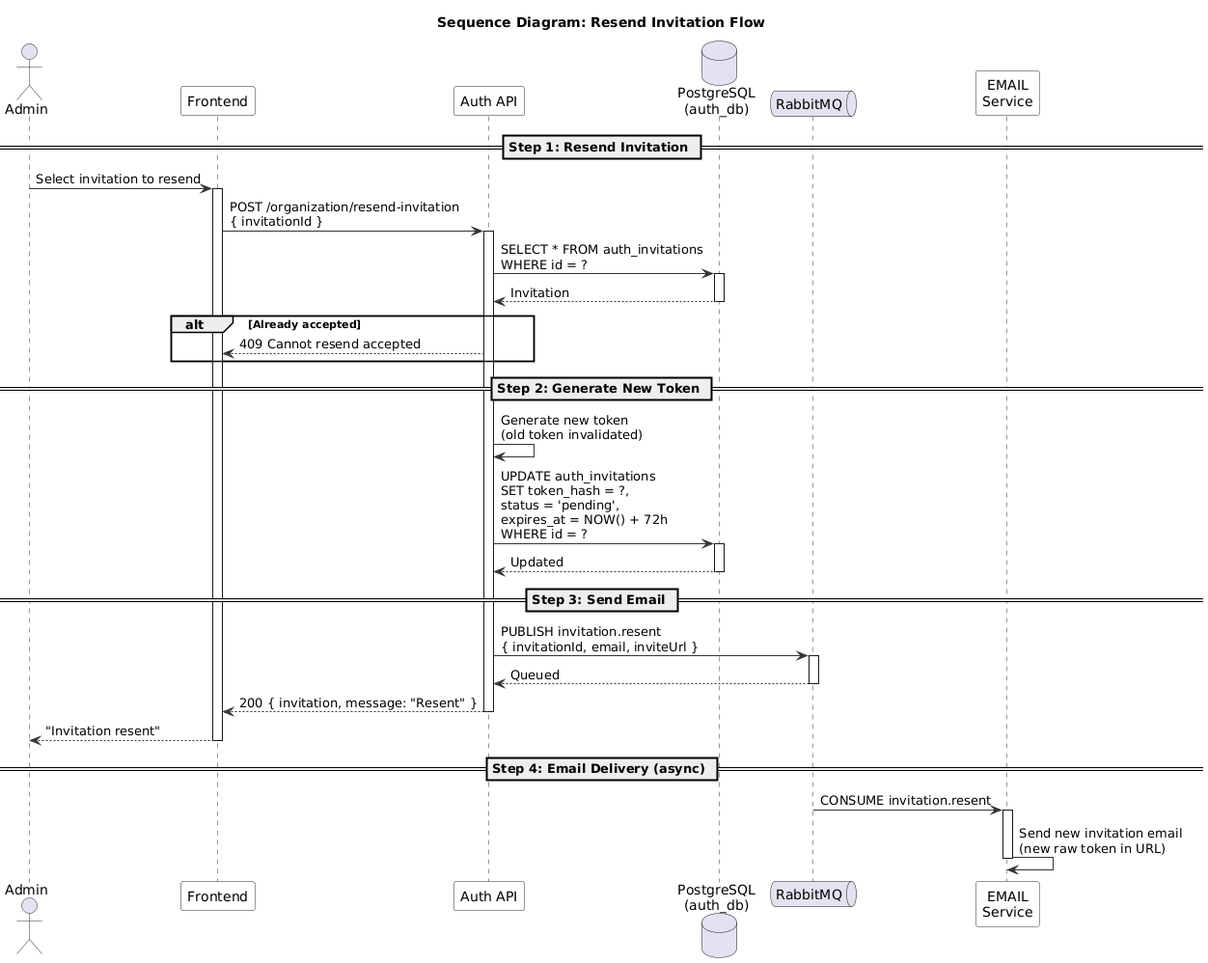
namnh240795/document keeps this PlantUML diagram as modules/dist/auth/images/sequence/resend-invitation-sequence.png. Above is the earlier version.
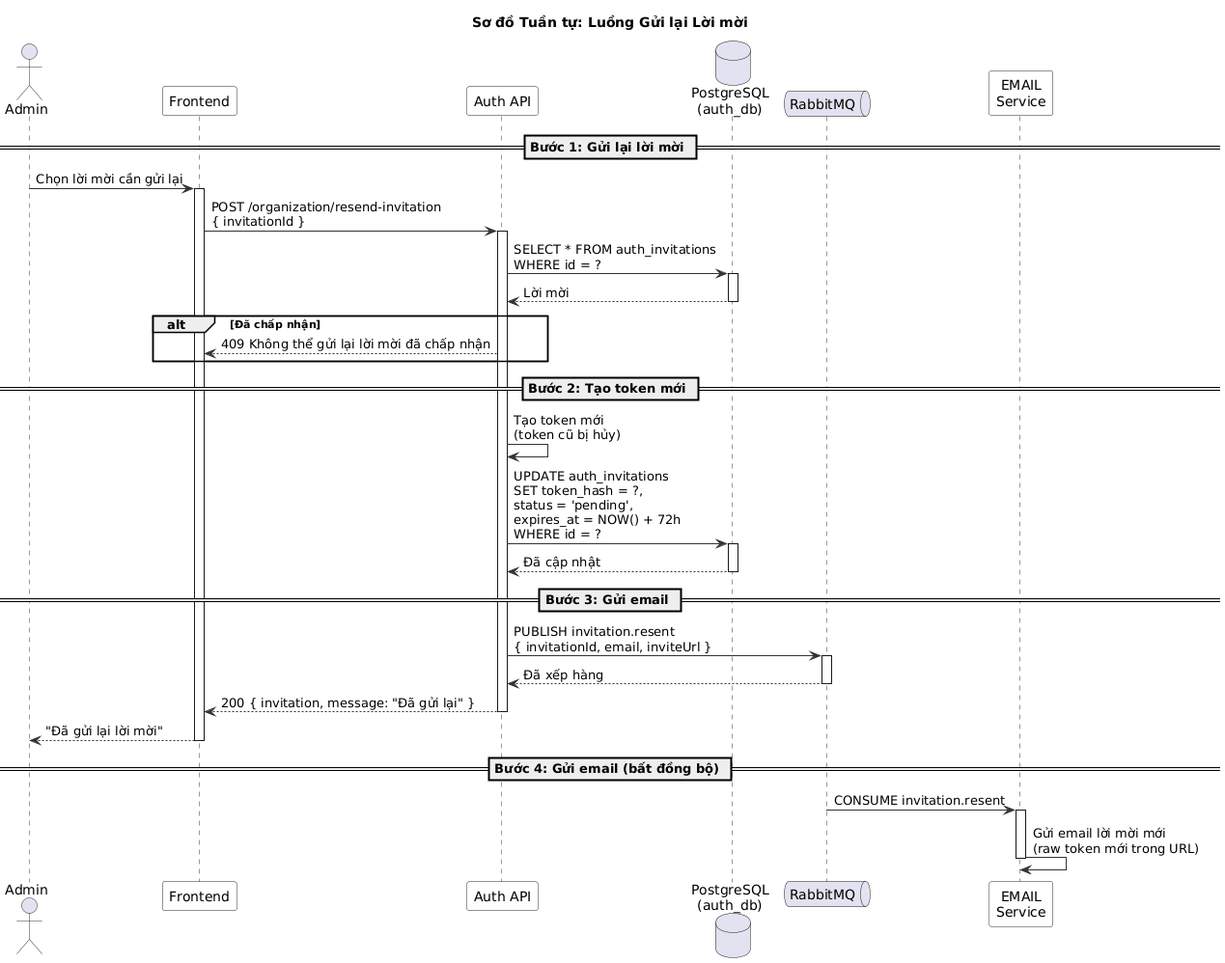
The same file after the commit.

What changed in the source:
```diff
@@ -8,7 +8,7 @@
   ParticipantBorderColor #333333
 }
 
-title Sequence Diagram: Resend Invitation Flow
+title Sơ đồ Tuần tự: Luồng Gửi lại Lời mời
 
 actor Admin
 participant "Frontend" as FE
@@ -17,9 +17,9 @@
 queue "RabbitMQ" as MQ
 participant "EMAIL\nService" as Email
 
-== Step 1: Resend Invitation ==
+== Bước 1: Gửi lại lời mời ==
 
-Admin -> FE : Select invitation to resend
+Admin -> FE : Chọn lời mời cần gửi lại
 activate FE
 
 FE -> API : POST /organization/resend-invitation\n{ invitationId }
@@ -27,41 +27,41 @@
 
 API -> DB : SELECT * FROM auth_invitations\nWHERE id = ?
 activate DB
-DB --> API : Invitation
+DB --> API : Lời mời
 deactivate DB
 
-alt Already accepted
-  API --> FE : 409 Cannot resend accepted
+alt Đã chấp nhận
+  API --> FE : 409 Không thể gửi lại lời mời đã chấp nhận
 end
 
-== Step 2: Generate New Token ==
+== Bước 2: Tạo token mới ==
 
-API -> API : Generate new token\n(old token invalidated)
+API -> API : Tạo token mới\n(token cũ bị hủy)
 
 API -> DB : UPDATE auth_invitations\nSET token_hash = ?,\nstatus = 'pending',\nexpires_at = NOW() + 72h\nWHERE id = ?
 activate DB
-DB --> API : Updated
+DB --> API : Đã cập nhật
 deactivate DB
 
-== Step 3: Send Email ==
+== Bước 3: Gửi email ==
 
 API -> MQ : PUBLISH invitation.resent\n{ invitationId, email, inviteUrl }
 activate MQ
-MQ --> API : Queued
+MQ --> API : Đã xếp hàng
 deactivate MQ
 
-API --> FE : 200 { invitation, message: "Resent" }
+API --> FE : 200 { invitation, message: "Đã gửi lại" }
 deactivate API
 
-FE --> Admin : "Invitation resent"
+FE --> Admin : "Đã gửi lại lời mời"
 deactivate FE
 
-== Step 4: Email Delivery (async) ==
+== Bước 4: Gửi email (bất đồng bộ) ==
 
 MQ -> Email : CONSUME invitation.resent
 activate Email
 
-Email -> Email : Send new invitation email\n(new raw token in URL)
+Email -> Email : Gửi email lời mời mới\n(raw token mới trong URL)
 
 deactivate Email
 
```
